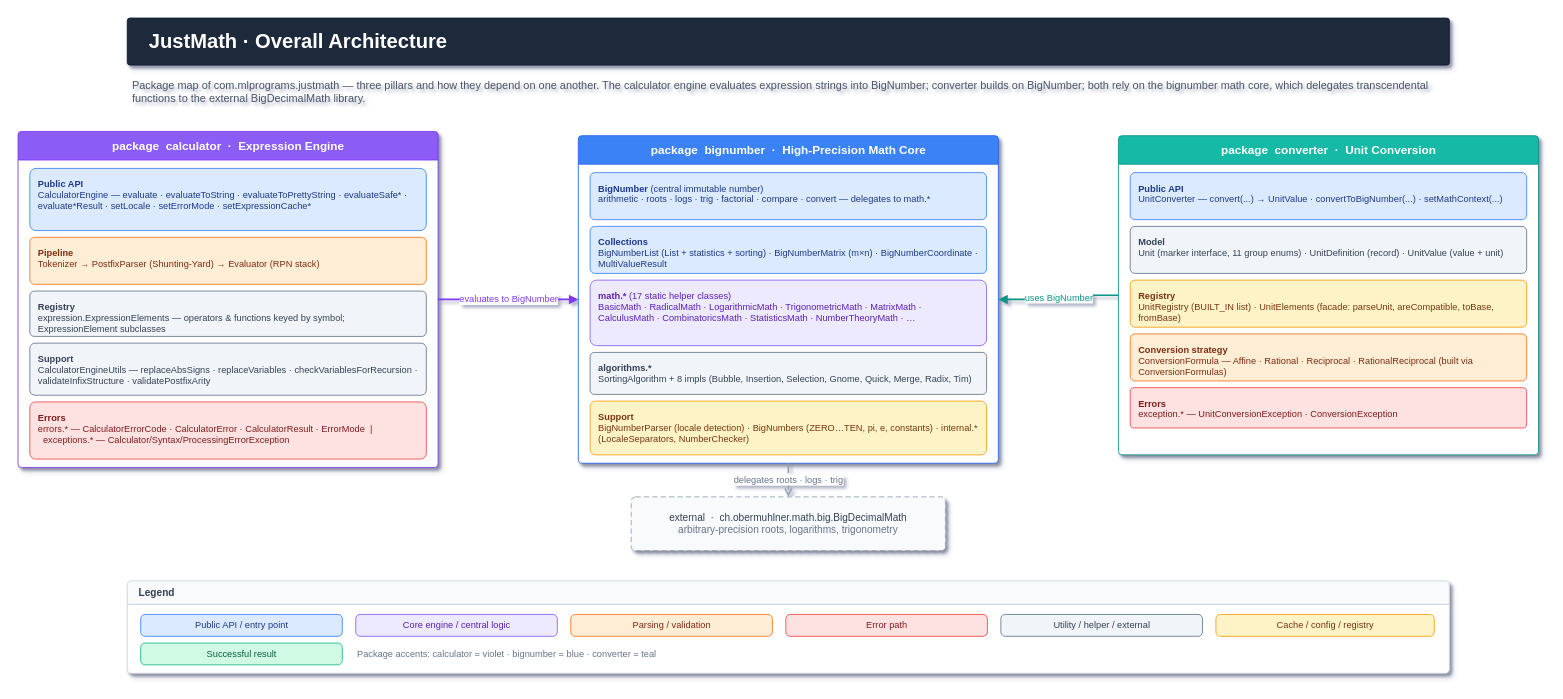
The draw.io diagram docs/diagrams/architecture/overall architecture.drawio in lembergmax/JustMath, before the edit. Source tidied: cells renumbered, new cells numbered last; positions are measured from the earlier drawing's top-left corner, leaving out a move shared by most shapes. Both pictures are drawn from the tidied source at 84%, with x=0, y=0 at pixel (18, 18).
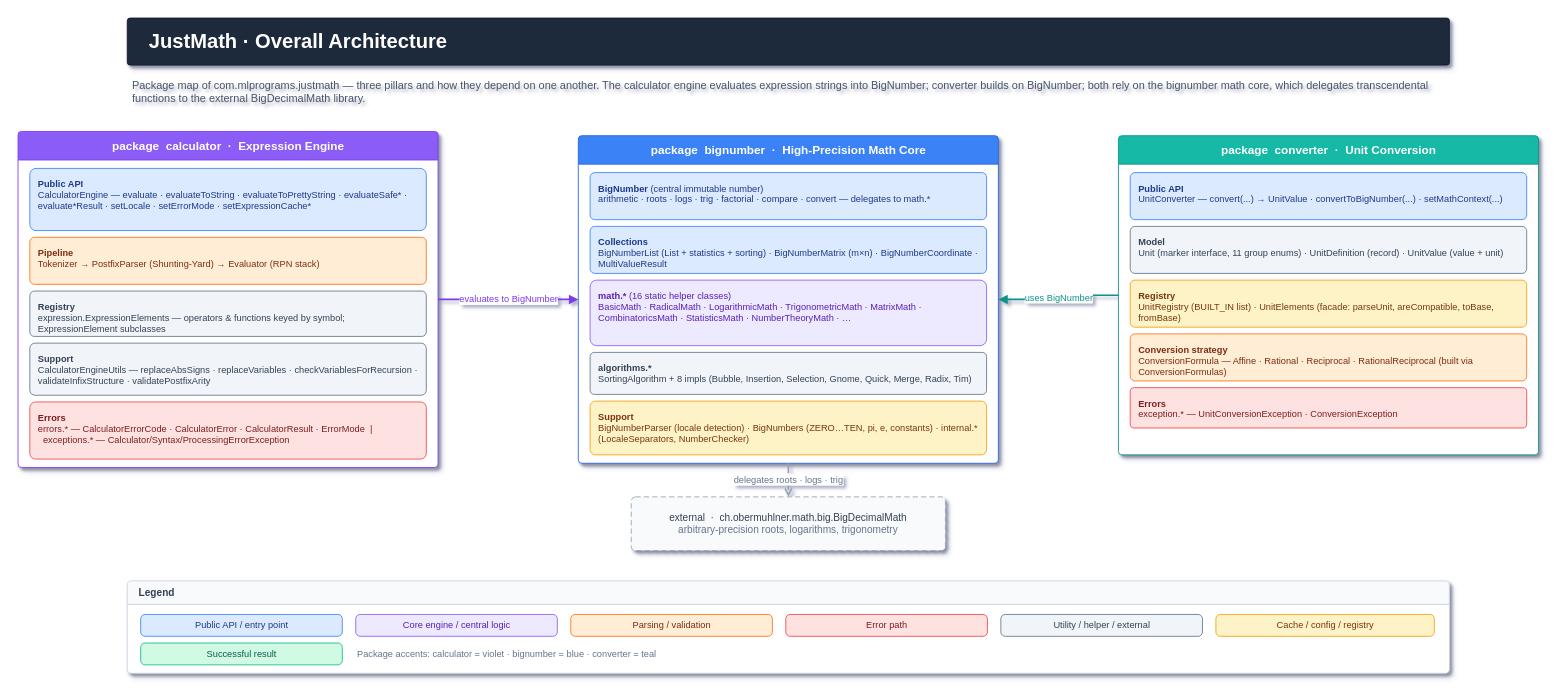
After the change.

Commit message (it also covers changes not shown here):
chore: Remove CalculusMath placeholder and JavaFX/GraphFX scaffolding

Unchanged cells that the change refers to:
```xml
<mxCell id="10" value="package  bignumber  ·  High-Precision Math Core" style="swimlane;rounded=1;arcSize=4;html=1;startSize=34;fillColor=#3B82F6;strokeColor=#2563EB;fontColor=#FFFFFF;fontStyle=1;fontSize=14;fontFamily=Helvetica;verticalAlign=middle;align=center;swimlaneFillColor=#FFFFFF;shadow=1;" parent="1" vertex="1">
  <mxGeometry x="667" y="140" width="500" height="390" as="geometry" />
</mxCell>
```

What changed in the source:
```diff
@@
-    <mxCell id="13" value="&lt;b&gt;math.*&lt;/b&gt; (17 static helper classes)&lt;br&gt;BasicMath · RadicalMath · LogarithmicMath · TrigonometricMath · MatrixMath · CalculusMath · CombinatoricsMath · StatisticsMath · NumberTheoryMath · …" style="text;html=1;fillColor=#EDE9FE;strokeColor=#8B5CF6;fontColor=#5B21B6;fontSize=11;fontFamily=Helvetica;align=left;verticalAlign=top;whiteSpace=wrap;rounded=1;arcSize=10;spacingLeft=8;spacingTop=6;spacingRight=8;" parent="10" vertex="1">
+    <mxCell id="13" value="&lt;b&gt;math.*&lt;/b&gt; (16 static helper classes)&lt;br&gt;BasicMath · RadicalMath · LogarithmicMath · TrigonometricMath · MatrixMath · CombinatoricsMath · StatisticsMath · NumberTheoryMath · …" style="text;html=1;fillColor=#EDE9FE;strokeColor=#8B5CF6;fontColor=#5B21B6;fontSize=11;fontFamily=Helvetica;align=left;verticalAlign=top;whiteSpace=wrap;rounded=1;arcSize=10;spacingLeft=8;spacingTop=6;spacingRight=8;" parent="10" vertex="1">
       <mxGeometry x="14" y="172" width="472" height="78" as="geometry" />
     </mxCell>
```
